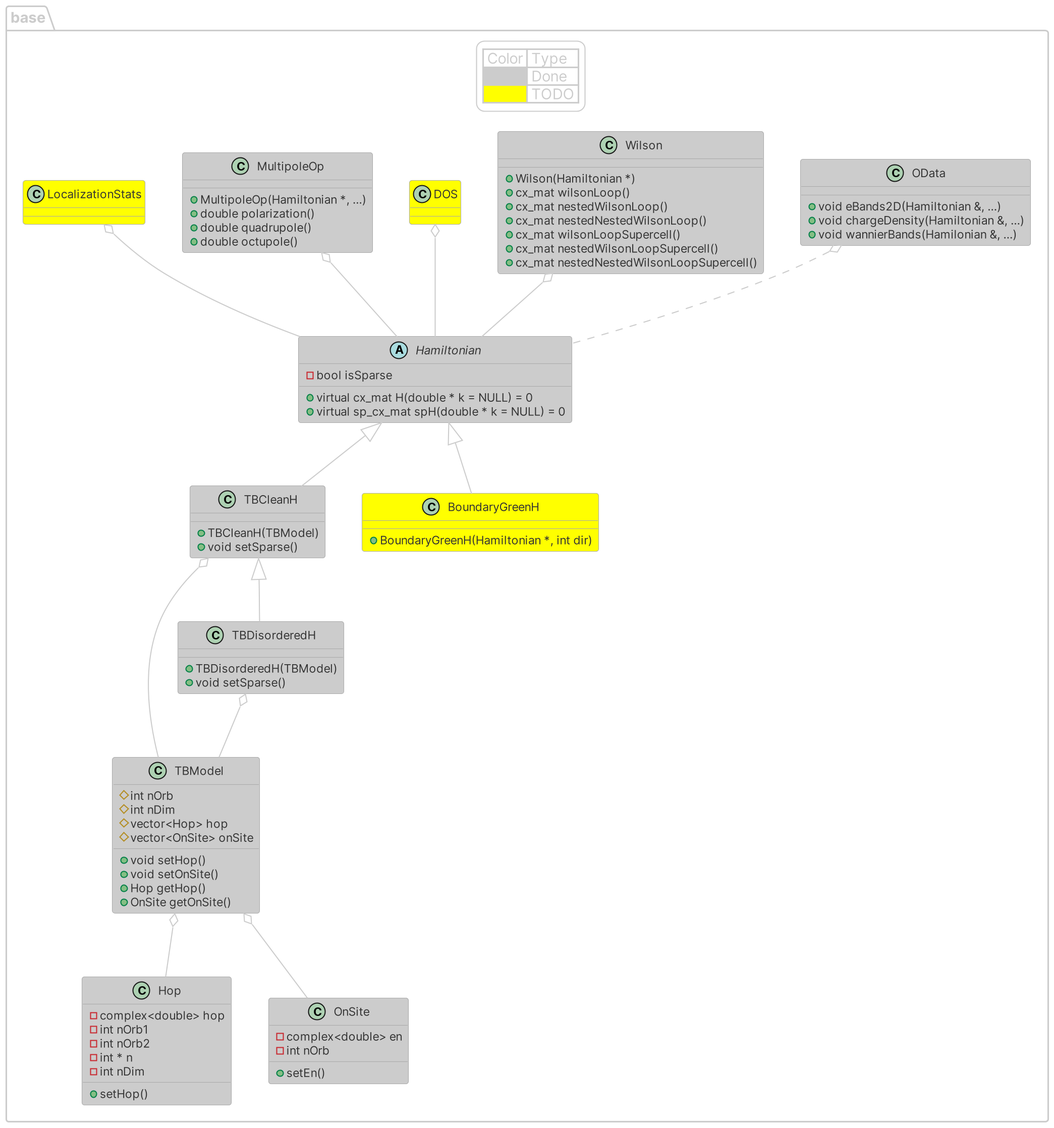
The PlantUML diagram diagram/diagram.png in Hugo-loio/TIM, before a commit.
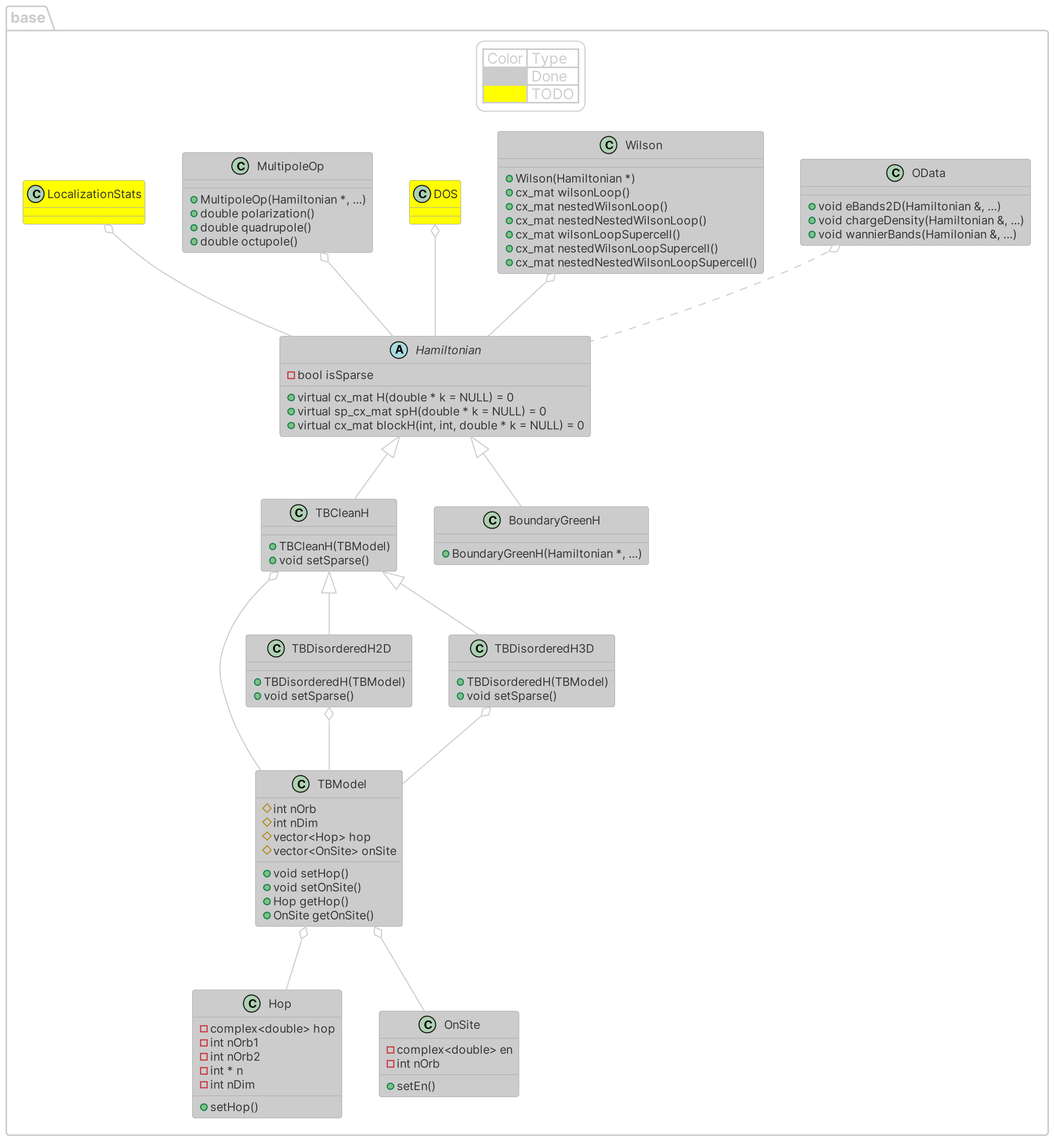
After the commit.

Change to the diagram source:
```diff
@@ -41,6 +41,7 @@
   abstract class Hamiltonian{
   +virtual cx_mat H(double * k = NULL) = 0
   +virtual sp_cx_mat spH(double * k = NULL) = 0
+  +virtual cx_mat blockH(int, int, double * k = NULL) = 0
   - bool isSparse
 }
 
@@ -72,13 +73,18 @@
   + void setSparse()
 }
 
-class TBDisorderedH{
+class TBDisorderedH2D{
   + TBDisorderedH(TBModel)
   + void setSparse()
 }
 
-class BoundaryGreenH #yellow{
-  + BoundaryGreenH(Hamiltonian *, int dir)
+class TBDisorderedH3D{
+  + TBDisorderedH(TBModel)
+  + void setSparse()
+}
+
+class BoundaryGreenH{
+  + BoundaryGreenH(Hamiltonian *, ...)
 }
 
 Wilson o-- Hamiltonian
@@ -88,11 +94,13 @@
 OData o..Hamiltonian
 
 Hamiltonian <|-- TBCleanH
-TBCleanH <|-- TBDisorderedH
+TBCleanH <|-- TBDisorderedH2D
+TBCleanH <|-- TBDisorderedH3D
 Hamiltonian <|-- BoundaryGreenH
 
 TBCleanH o-- TBModel
-TBDisorderedH o-- TBModel
+TBDisorderedH2D o-- TBModel
+TBDisorderedH3D o-- TBModel
 
 TBModel o-- OnSite
 TBModel o-- Hop
```
